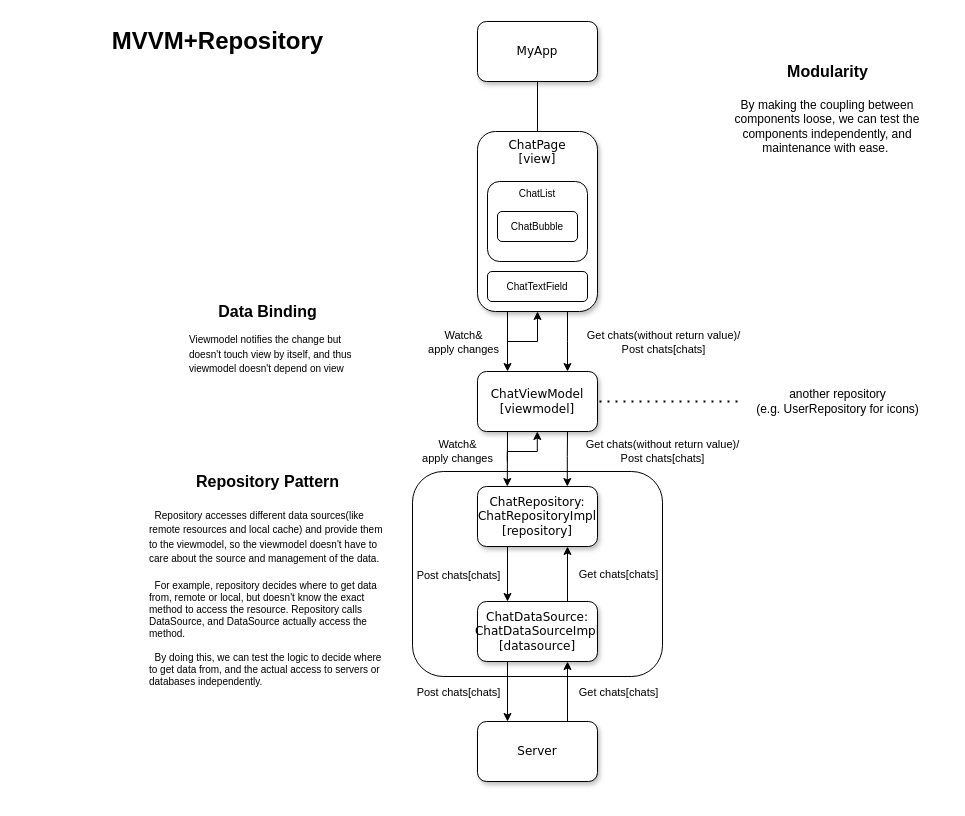
The draw.io diagram lib/chatapp.drawio in TakabayaP/chatapp, before the edit. Source tidied: cells renumbered, new cells numbered last; positions are measured from the earlier drawing's top-left corner, leaving out a move shared by most shapes. Both pictures are drawn from the tidied source at 100%, with x=0, y=0 at pixel (147, 21).
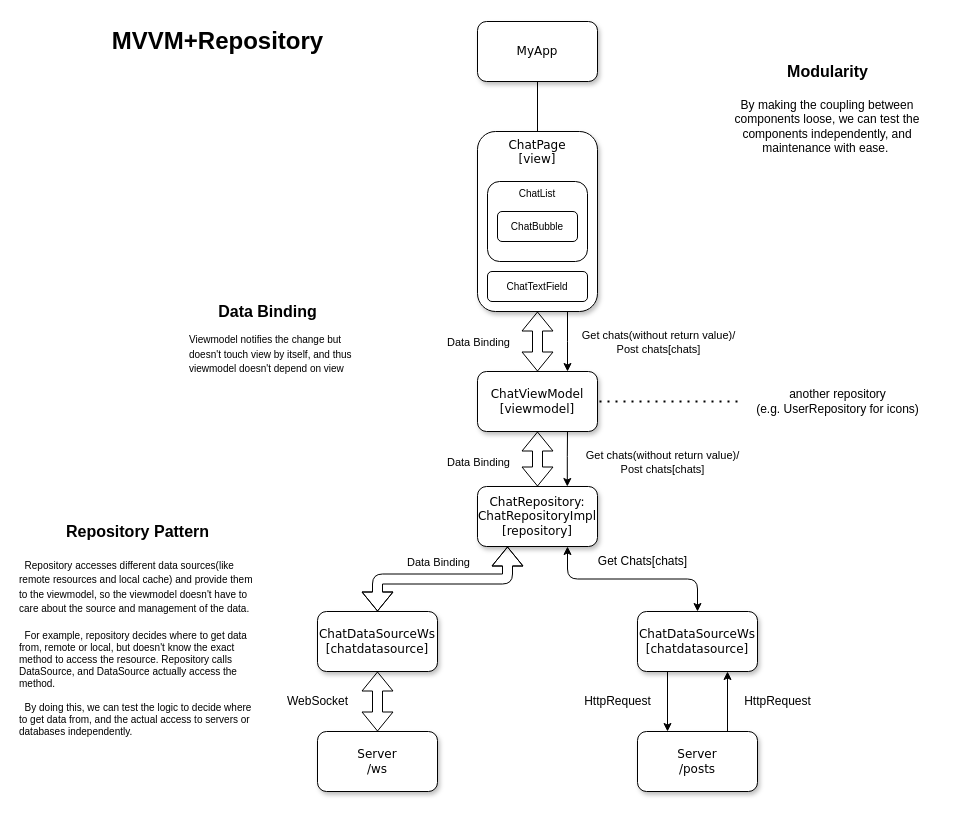
After the change.

Commit message:
update: added datasources and databinding arrows

Unchanged cells that the change refers to:
```xml
<mxCell id="5" value="&lt;span&gt;ChatPage&lt;br&gt;[view]&lt;br&gt;&lt;/span&gt;" style="whiteSpace=wrap;html=1;rounded=1;shadow=1;labelBackgroundColor=none;strokeWidth=1;fontFamily=Verdana;fontSize=12;align=center;verticalAlign=top;" parent="1" vertex="1">
  <mxGeometry x="330" y="110" width="120" height="180" as="geometry" />
</mxCell>
<mxCell id="7" value="&lt;span&gt;ChatViewModel&lt;br&gt;[viewmodel]&lt;/span&gt;" style="whiteSpace=wrap;html=1;rounded=1;shadow=1;labelBackgroundColor=none;strokeWidth=1;fontFamily=Verdana;fontSize=12;align=center;" parent="1" vertex="1">
  <mxGeometry x="330" y="350" width="120" height="60" as="geometry" />
</mxCell>
<mxCell id="10" value="&lt;span&gt;ChatRepository: ChatRepositoryImpl&lt;br&gt;[repository]&lt;/span&gt;" style="whiteSpace=wrap;html=1;rounded=1;shadow=1;labelBackgroundColor=none;strokeWidth=1;fontFamily=Verdana;fontSize=12;align=center;" parent="1" vertex="1">
  <mxGeometry x="330" y="465" width="120" height="60" as="geometry" />
</mxCell>
<mxCell id="11" style="endArrow=classic;html=1;rounded=0;labelBorderColor=none;comic=0;exitX=0.75;exitY=1;exitDx=0;exitDy=0;entryX=0.75;entryY=0;entryDx=0;entryDy=0;" parent="1" edge="1" source="5" target="7">
  <mxGeometry relative="1" as="geometry">
    <Array as="points">
      <mxPoint x="420" y="320" />
    </Array>
  </mxGeometry>
</mxCell>
<mxCell id="36" style="endArrow=classic;html=1;rounded=0;labelBorderColor=none;comic=0;entryX=0.75;entryY=0;entryDx=0;entryDy=0;exitX=0.75;exitY=1;exitDx=0;exitDy=0;" parent="1" edge="1" source="7">
  <mxGeometry relative="1" as="geometry">
    <mxPoint x="419.8" y="465" as="targetPoint" />
    <Array as="points">
      <mxPoint x="419.8" y="435" />
    </Array>
  </mxGeometry>
</mxCell>
```

The edit, as a diff of the source:
```diff
@@
-    <mxCell id="2" style="rounded=1;whiteSpace=wrap;html=1;fontSize=16;" parent="1" vertex="1">
-      <mxGeometry x="265" y="450" width="250" height="205" as="geometry" />
-    </mxCell>
@@
-    <mxCell id="4" style="edgeStyle=orthogonalEdgeStyle;rounded=0;comic=0;jettySize=auto;html=1;labelBorderColor=none;entryX=0.5;entryY=1;entryDx=0;entryDy=0;" parent="1" edge="1" target="5">
-      <mxGeometry relative="1" as="geometry">
-        <mxPoint x="360" y="320" as="sourcePoint" />
-        <Array as="points">
-          <mxPoint x="390" y="320" />
-        </Array>
-      </mxGeometry>
-    </mxCell>
@@
-    <mxCell id="8" style="endArrow=classic;html=1;rounded=0;labelBorderColor=none;comic=0;exitX=0.25;exitY=1;exitDx=0;exitDy=0;" parent="1" edge="1" source="5">
-      <mxGeometry relative="1" as="geometry">
-        <mxPoint x="360" y="350" as="targetPoint" />
-      </mxGeometry>
-    </mxCell>
-    <mxCell id="9" value="Watch&amp;amp;&lt;br&gt;apply changes" style="edgeLabel;html=1;align=center;verticalAlign=middle;" parent="8" vertex="1">
-      <mxGeometry relative="1" as="geometry">
-        <mxPoint x="-45" as="offset" />
-      </mxGeometry>
-    </mxCell>
@@
     <mxCell id="12" value="Get chats(without return value)/&lt;br&gt;Post chats[chats]" style="edgeLabel;html=1;align=center;verticalAlign=middle;" parent="11" vertex="1">
       <mxGeometry relative="1" as="geometry">
-        <mxPoint x="95" as="offset" />
+        <mxPoint x="90" as="offset" />
       </mxGeometry>
     </mxCell>
-    <mxCell id="13" value="ChatDataSource:&lt;br&gt;ChatDataSourceImpl&lt;br&gt;[datasource]" style="whiteSpace=wrap;html=1;rounded=1;shadow=1;labelBackgroundColor=none;strokeWidth=1;fontFamily=Verdana;fontSize=12;align=center;" parent="1" vertex="1">
-      <mxGeometry x="330" y="580" width="120" height="60" as="geometry" />
+    <mxCell id="13" value="ChatDataSourceWs&lt;br&gt;[chatdatasource]" style="whiteSpace=wrap;html=1;rounded=1;shadow=1;labelBackgroundColor=none;strokeWidth=1;fontFamily=Verdana;fontSize=12;align=center;" parent="1" vertex="1">
+      <mxGeometry x="170" y="590" width="120" height="60" as="geometry" />
     </mxCell>
-    <mxCell id="14" style="endArrow=classic;html=1;rounded=0;labelBorderColor=none;comic=0;exitX=0.25;exitY=1;exitDx=0;exitDy=0;entryX=0.25;entryY=0;entryDx=0;entryDy=0;" parent="1" edge="1" source="10" target="13">
-      <mxGeometry relative="1" as="geometry" />
-    </mxCell>
-    <mxCell id="15" value="Post chats[chats]" style="edgeLabel;html=1;align=center;verticalAlign=middle;" parent="14" vertex="1">
-      <mxGeometry relative="1" as="geometry">
-        <mxPoint x="-50" as="offset" />
-      </mxGeometry>
-    </mxCell>
-    <mxCell id="16" style="endArrow=classic;html=1;rounded=0;labelBorderColor=none;comic=0;exitX=0.75;exitY=0;exitDx=0;exitDy=0;entryX=0.75;entryY=1;entryDx=0;entryDy=0;" parent="1" edge="1" source="13" target="10">
-      <mxGeometry relative="1" as="geometry" />
-    </mxCell>
-    <mxCell id="17" value="Get chats[chats]" style="edgeLabel;html=1;align=center;verticalAlign=middle;" parent="16" vertex="1">
-      <mxGeometry relative="1" as="geometry">
-        <mxPoint x="50" as="offset" />
-      </mxGeometry>
-    </mxCell>
-    <mxCell id="18" value="Server" style="whiteSpace=wrap;html=1;rounded=1;shadow=1;labelBackgroundColor=none;strokeWidth=1;fontFamily=Verdana;fontSize=12;align=center;" parent="1" vertex="1">
-      <mxGeometry x="330" y="700" width="120" height="60" as="geometry" />
+    <mxCell id="18" value="Server&lt;br&gt;/ws" style="whiteSpace=wrap;html=1;rounded=1;shadow=1;labelBackgroundColor=none;strokeWidth=1;fontFamily=Verdana;fontSize=12;align=center;" parent="1" vertex="1">
+      <mxGeometry x="170" y="710" width="120" height="60" as="geometry" />
     </mxCell>
-    <mxCell id="19" style="endArrow=classic;html=1;rounded=0;labelBorderColor=none;comic=0;exitX=0.25;exitY=1;exitDx=0;exitDy=0;entryX=0.25;entryY=0;entryDx=0;entryDy=0;" parent="1" edge="1" source="13" target="18">
-      <mxGeometry relative="1" as="geometry" />
-    </mxCell>
-    <mxCell id="20" value="Post chats[chats]" style="edgeLabel;html=1;align=center;verticalAlign=middle;" parent="19" vertex="1">
-      <mxGeometry relative="1" as="geometry">
-        <mxPoint x="-50" as="offset" />
-      </mxGeometry>
-    </mxCell>
-    <mxCell id="21" style="endArrow=classic;html=1;rounded=0;labelBorderColor=none;comic=0;exitX=0.75;exitY=0;exitDx=0;exitDy=0;entryX=0.75;entryY=1;entryDx=0;entryDy=0;" parent="1" edge="1" source="18">
-      <mxGeometry relative="1" as="geometry">
-        <mxPoint x="420" y="640" as="targetPoint" />
-      </mxGeometry>
-    </mxCell>
-    <mxCell id="22" value="Get chats[chats]" style="edgeLabel;html=1;align=center;verticalAlign=middle;" parent="21" vertex="1">
-      <mxGeometry relative="1" as="geometry">
-        <mxPoint x="50" as="offset" />
-      </mxGeometry>
-    </mxCell>
@@
     <mxCell id="25" value="&lt;font style=&quot;font-size: 10px&quot;&gt;&amp;nbsp; Repository accesses different data sources(like remote resources and local cache) and provide them to the viewmodel, so the viewmodel doesn't have to care about the source and management of the data.&lt;br&gt;&lt;br&gt;&lt;div&gt;&lt;span&gt;&amp;nbsp; For example, repository decides where to get data from, remote or local, but doesn't know the exact method to access the resource. Repository calls DataSource, and DataSource actually access the method.&lt;/span&gt;&lt;/div&gt;&lt;div&gt;&lt;span&gt;&lt;br&gt;&lt;/span&gt;&lt;/div&gt;&lt;div&gt;&lt;span&gt;&amp;nbsp; By doing this, we can test the logic to decide where to get data from, and the actual access to servers or databases independently.&lt;/span&gt;&lt;/div&gt;&lt;/font&gt;" style="text;html=1;strokeColor=none;fillColor=none;align=left;verticalAlign=top;whiteSpace=wrap;rounded=0;" parent="1" vertex="1">
-      <mxGeometry y="480" width="240" height="190" as="geometry" />
+      <mxGeometry x="-130" y="530" width="240" height="190" as="geometry" />
     </mxCell>
     <mxCell id="26" value="Repository Pattern" style="text;strokeColor=none;fillColor=none;html=1;fontSize=16;fontStyle=1;verticalAlign=middle;align=center;" parent="1" vertex="1">
-      <mxGeometry x="70" y="440" width="100" height="40" as="geometry" />
+      <mxGeometry x="-60" y="490" width="100" height="40" as="geometry" />
     </mxCell>
@@
-    <mxCell id="33" style="edgeStyle=orthogonalEdgeStyle;rounded=0;comic=0;orthogonalLoop=1;jettySize=auto;html=1;labelBorderColor=none;entryX=0.5;entryY=1;entryDx=0;entryDy=0;" parent="1" edge="1">
-      <mxGeometry relative="1" as="geometry">
-        <mxPoint x="359.8" y="440" as="sourcePoint" />
-        <mxPoint x="389.8" y="410" as="targetPoint" />
-        <Array as="points">
-          <mxPoint x="360" y="430" />
-          <mxPoint x="390" y="430" />
-        </Array>
-      </mxGeometry>
-    </mxCell>
-    <mxCell id="34" style="endArrow=classic;html=1;rounded=0;labelBorderColor=none;comic=0;exitX=0.25;exitY=1;exitDx=0;exitDy=0;" parent="1" edge="1" source="7">
-      <mxGeometry relative="1" as="geometry">
-        <mxPoint x="359.8" y="465" as="targetPoint" />
-      </mxGeometry>
-    </mxCell>
-    <mxCell id="35" value="Watch&amp;amp;&lt;br&gt;apply changes" style="edgeLabel;html=1;align=center;verticalAlign=middle;" parent="34" vertex="1">
-      <mxGeometry relative="1" as="geometry">
-        <mxPoint x="-50" y="-8" as="offset" />
-      </mxGeometry>
-    </mxCell>
@@
     <mxCell id="37" value="Get chats(without return value)/&lt;br&gt;Post chats[chats]" style="edgeLabel;html=1;align=center;verticalAlign=middle;" parent="36" vertex="1">
       <mxGeometry relative="1" as="geometry">
-        <mxPoint x="95" y="-8" as="offset" />
+        <mxPoint x="95" y="3" as="offset" />
       </mxGeometry>
     </mxCell>
@@
+    <mxCell id="40" style="shape=flexArrow;endArrow=classic;startArrow=classic;html=1;entryX=0.5;entryY=1;entryDx=0;entryDy=0;exitX=0.5;exitY=0;exitDx=0;exitDy=0;fillColor=none;" parent="1" edge="1" source="7" target="5">
+      <mxGeometry relative="1" as="geometry" />
+    </mxCell>
+    <mxCell id="41" value="Data Binding" style="edgeLabel;html=1;align=center;verticalAlign=middle;" parent="1" vertex="1">
+      <mxGeometry x="330" y="320" as="geometry" />
+    </mxCell>
+    <mxCell id="42" value="Data Binding" style="edgeLabel;html=1;align=center;verticalAlign=middle;" parent="1" vertex="1">
+      <mxGeometry x="330" y="440" as="geometry" />
+    </mxCell>
+    <mxCell id="43" style="shape=flexArrow;endArrow=classic;startArrow=classic;html=1;entryX=0.5;entryY=1;entryDx=0;entryDy=0;exitX=0.5;exitY=0;exitDx=0;exitDy=0;fillColor=none;" parent="1" edge="1" source="10">
+      <mxGeometry relative="1" as="geometry">
+        <mxPoint x="390" y="410" as="targetPoint" />
+      </mxGeometry>
+    </mxCell>
+    <mxCell id="44" value="Data Binding" style="edgeLabel;html=1;align=center;verticalAlign=middle;" parent="1" vertex="1">
+      <mxGeometry x="290" y="540" as="geometry" />
+    </mxCell>
+    <mxCell id="16" style="shape=flexArrow;endArrow=classic;startArrow=classic;html=1;entryX=0.25;entryY=1;entryDx=0;entryDy=0;exitX=0.5;exitY=0;exitDx=0;exitDy=0;fillColor=none;edgeStyle=orthogonalEdgeStyle;" parent="1" edge="1" source="13" target="10">
+      <mxGeometry relative="1" as="geometry" />
+    </mxCell>
+    <mxCell id="45" style="shape=flexArrow;endArrow=classic;startArrow=classic;html=1;gradientColor=none;exitX=0.5;exitY=0;exitDx=0;exitDy=0;entryX=0.5;entryY=1;entryDx=0;entryDy=0;" parent="1" edge="1" source="18" target="13">
+      <mxGeometry relative="1" as="geometry" />
+    </mxCell>
+    <mxCell id="46" value="WebSocket" style="text;html=1;align=center;verticalAlign=middle;strokeColor=none;" parent="1" vertex="1">
+      <mxGeometry x="130" y="670" width="80" height="20" as="geometry" />
+    </mxCell>
+    <mxCell id="47" style="edgeStyle=orthogonalEdgeStyle;html=1;exitX=0.25;exitY=1;exitDx=0;exitDy=0;entryX=0.25;entryY=0;entryDx=0;entryDy=0;gradientColor=none;" parent="1" edge="1" source="48" target="50">
+      <mxGeometry relative="1" as="geometry" />
+    </mxCell>
+    <mxCell id="48" value="ChatDataSourceWs&lt;br&gt;[chatdatasource]" style="whiteSpace=wrap;html=1;rounded=1;shadow=1;labelBackgroundColor=none;strokeWidth=1;fontFamily=Verdana;fontSize=12;align=center;" parent="1" vertex="1">
+      <mxGeometry x="490" y="590" width="120" height="60" as="geometry" />
+    </mxCell>
+    <mxCell id="49" style="edgeStyle=orthogonalEdgeStyle;html=1;exitX=0.75;exitY=0;exitDx=0;exitDy=0;entryX=0.75;entryY=1;entryDx=0;entryDy=0;gradientColor=none;" parent="1" edge="1" source="50" target="48">
+      <mxGeometry relative="1" as="geometry" />
+    </mxCell>
+    <mxCell id="50" value="Server&lt;br&gt;/posts" style="whiteSpace=wrap;html=1;rounded=1;shadow=1;labelBackgroundColor=none;strokeWidth=1;fontFamily=Verdana;fontSize=12;align=center;" parent="1" vertex="1">
+      <mxGeometry x="490" y="710" width="120" height="60" as="geometry" />
+    </mxCell>
+    <mxCell id="51" value="HttpRequest" style="text;html=1;align=center;verticalAlign=middle;strokeColor=none;" parent="1" vertex="1">
+      <mxGeometry x="430" y="670" width="80" height="20" as="geometry" />
+    </mxCell>
+    <mxCell id="52" value="HttpRequest" style="text;html=1;align=center;verticalAlign=middle;strokeColor=none;" parent="1" vertex="1">
+      <mxGeometry x="590" y="670" width="80" height="20" as="geometry" />
+    </mxCell>
+    <mxCell id="53" value="Get Chats[chats]" style="text;html=1;align=center;verticalAlign=middle;strokeColor=none;" parent="1" vertex="1">
+      <mxGeometry x="440" y="530" width="110" height="20" as="geometry" />
+    </mxCell>
+    <mxCell id="54" style="endArrow=classic;startArrow=classic;html=1;gradientColor=none;entryX=0.5;entryY=0;entryDx=0;entryDy=0;exitX=0.75;exitY=1;exitDx=0;exitDy=0;edgeStyle=orthogonalEdgeStyle;" parent="1" edge="1" source="10" target="48">
+      <mxGeometry relative="1" as="geometry" />
+    </mxCell>
```
